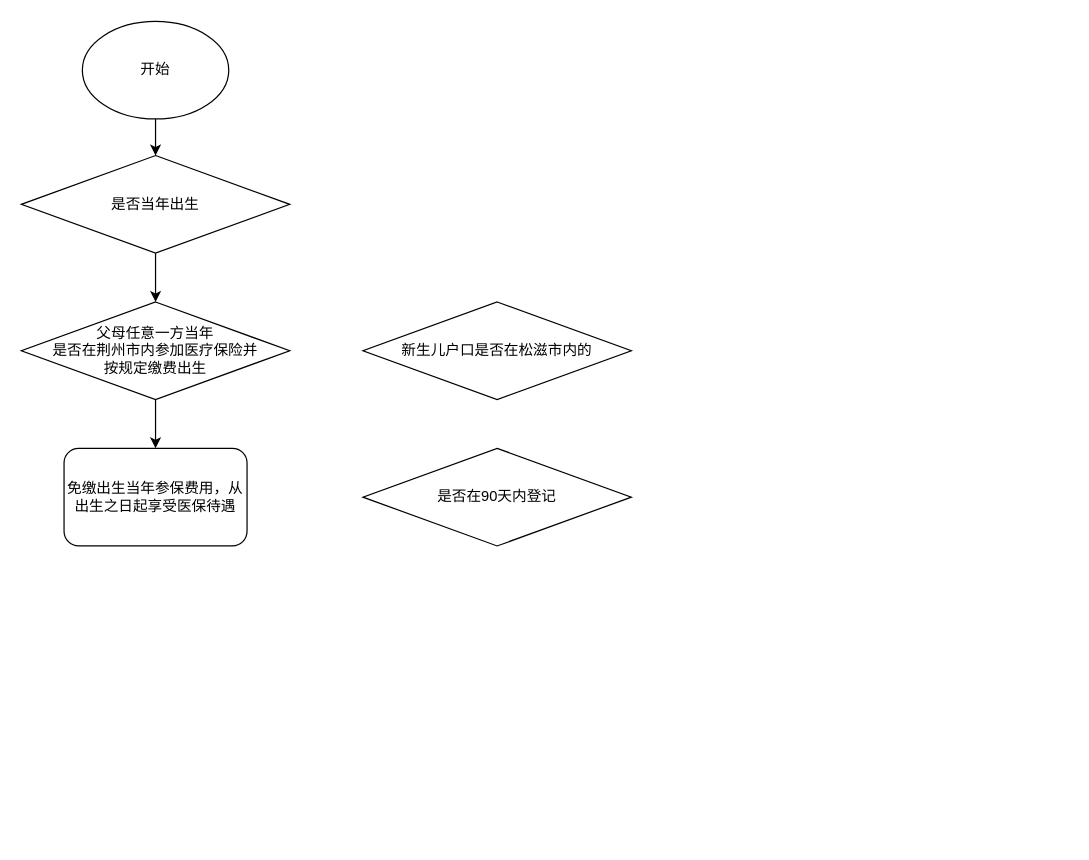
zouwei-0218/drawio keeps this draw.io diagram as 新生儿参保及待遇享受.drawio. Above is the earlier version. Source tidied: cells renumbered, new cells numbered last; positions are measured from the earlier drawing's top-left corner, leaving out a move shared by most shapes. Both pictures are drawn from the tidied source at 122%, with x=0, y=0 at pixel (21, 21).
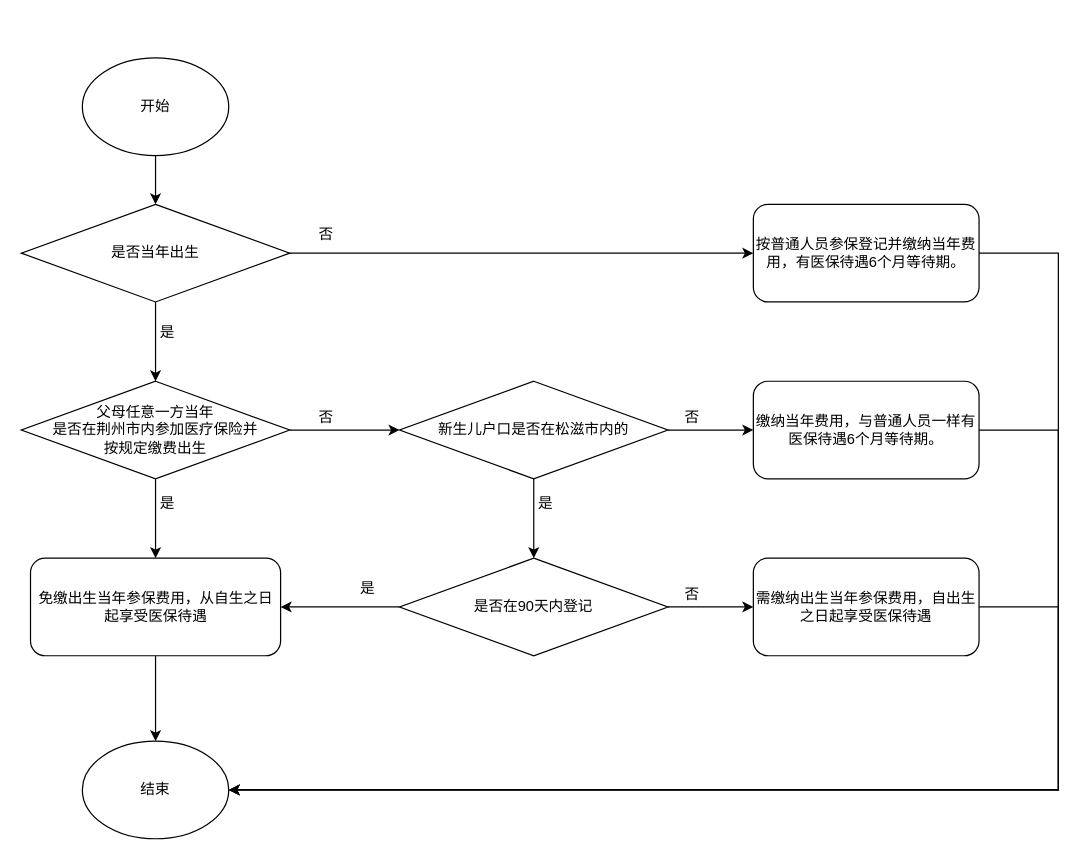
Above is the later version.

Commit message (it also covers changes not shown here):
更新新生儿参保及待遇享受.drawio

What changed in the source:
```diff
@@
     <mxCell id="3" value="开始" style="ellipse;whiteSpace=wrap;html=1;" parent="1" vertex="1">
-      <mxGeometry x="50" width="120" height="80" as="geometry" />
+      <mxGeometry x="50" y="30" width="120" height="80" as="geometry" />
     </mxCell>
@@
+    <mxCell id="11" style="edgeStyle=orthogonalEdgeStyle;rounded=0;jettySize=auto;html=1;exitX=1;exitY=0.5;exitDx=0;exitDy=0;entryX=0;entryY=0.5;entryDx=0;entryDy=0;" parent="1" edge="1" source="5" target="22">
+      <mxGeometry relative="1" as="geometry" />
+    </mxCell>
     <mxCell id="5" value="是否当年出生" style="rhombus;whiteSpace=wrap;html=1;" parent="1" vertex="1">
-      <mxGeometry y="110" width="220" height="80" as="geometry" />
+      <mxGeometry y="150" width="220" height="80" as="geometry" />
     </mxCell>
-    <mxCell id="6" style="edgeStyle=orthogonalEdgeStyle;rounded=0;jettySize=auto;html=1;exitX=0.5;exitY=1;exitDx=0;exitDy=0;entryX=0.5;entryY=0;entryDx=0;entryDy=0;" parent="1" edge="1" source="7" target="9">
+    <mxCell id="6" style="edgeStyle=orthogonalEdgeStyle;rounded=0;jettySize=auto;html=1;exitX=0.5;exitY=1;exitDx=0;exitDy=0;entryX=0.5;entryY=0;entryDx=0;entryDy=0;" parent="1" edge="1" source="7" target="20">
       <mxGeometry relative="1" as="geometry" />
     </mxCell>
+    <mxCell id="12" style="edgeStyle=orthogonalEdgeStyle;rounded=0;jettySize=auto;html=1;exitX=1;exitY=0.5;exitDx=0;exitDy=0;entryX=0;entryY=0.5;entryDx=0;entryDy=0;" parent="1" edge="1" source="7" target="8">
+      <mxGeometry relative="1" as="geometry" />
+    </mxCell>
     <mxCell id="7" value="&lt;div&gt;父母任意一方当年&lt;/div&gt;&lt;div&gt;是否在荆州市内参加医疗保险并&lt;/div&gt;&lt;div&gt;按规定缴费出生&lt;/div&gt;" style="rhombus;whiteSpace=wrap;html=1;" parent="1" vertex="1">
-      <mxGeometry y="230" width="220" height="80" as="geometry" />
+      <mxGeometry y="295" width="220" height="80" as="geometry" />
     </mxCell>
+    <mxCell id="13" style="edgeStyle=orthogonalEdgeStyle;rounded=0;jettySize=auto;html=1;exitX=0.5;exitY=1;exitDx=0;exitDy=0;entryX=0.5;entryY=0;entryDx=0;entryDy=0;" parent="1" edge="1" source="8" target="10">
+      <mxGeometry relative="1" as="geometry" />
+    </mxCell>
+    <mxCell id="14" style="edgeStyle=orthogonalEdgeStyle;rounded=0;jettySize=auto;html=1;exitX=1;exitY=0.5;exitDx=0;exitDy=0;entryX=0;entryY=0.5;entryDx=0;entryDy=0;" parent="1" edge="1" source="8" target="24">
+      <mxGeometry relative="1" as="geometry" />
+    </mxCell>
     <mxCell id="8" value="新生儿户口是否在松滋市内的" style="rhombus;whiteSpace=wrap;html=1;" parent="1" vertex="1">
-      <mxGeometry x="280" y="230" width="220" height="80" as="geometry" />
+      <mxGeometry x="310" y="295" width="220" height="80" as="geometry" />
     </mxCell>
-    <mxCell id="9" value="免缴出生当年参保费用，从出生之日起享受医保待遇" style="rounded=1;whiteSpace=wrap;html=1;" parent="1" vertex="1">
-      <mxGeometry x="35" y="350" width="150" height="80" as="geometry" />
-    </mxCell>
+    <mxCell id="15" style="edgeStyle=orthogonalEdgeStyle;rounded=0;jettySize=auto;html=1;exitX=0;exitY=0.5;exitDx=0;exitDy=0;entryX=1;entryY=0.5;entryDx=0;entryDy=0;" parent="1" edge="1" source="10" target="20">
+      <mxGeometry relative="1" as="geometry" />
+    </mxCell>
+    <mxCell id="16" style="edgeStyle=orthogonalEdgeStyle;rounded=0;jettySize=auto;html=1;exitX=1;exitY=0.5;exitDx=0;exitDy=0;entryX=0;entryY=0.5;entryDx=0;entryDy=0;" parent="1" edge="1" source="10" target="18">
+      <mxGeometry relative="1" as="geometry" />
+    </mxCell>
     <mxCell id="10" value="是否在90天内登记" style="rhombus;whiteSpace=wrap;html=1;" parent="1" vertex="1">
-      <mxGeometry x="280" y="350" width="220" height="80" as="geometry" />
+      <mxGeometry x="310" y="440" width="220" height="80" as="geometry" />
     </mxCell>
+    <mxCell id="17" style="edgeStyle=orthogonalEdgeStyle;rounded=0;jettySize=auto;html=1;exitX=1;exitY=0.5;exitDx=0;exitDy=0;entryX=1;entryY=0.5;entryDx=0;entryDy=0;" parent="1" edge="1" source="18" target="25">
+      <mxGeometry relative="1" as="geometry">
+        <Array as="points">
+          <mxPoint x="850" y="480" />
+          <mxPoint x="850" y="630" />
+        </Array>
+      </mxGeometry>
+    </mxCell>
+    <mxCell id="18" value="需缴纳出生当年参保费用，自出生之日起享受医保待遇" style="rounded=1;whiteSpace=wrap;html=1;" parent="1" vertex="1">
+      <mxGeometry x="600" y="440" width="185" height="80" as="geometry" />
+    </mxCell>
+    <mxCell id="19" style="edgeStyle=orthogonalEdgeStyle;rounded=0;jettySize=auto;html=1;exitX=0.5;exitY=1;exitDx=0;exitDy=0;" parent="1" edge="1" source="20" target="25">
+      <mxGeometry relative="1" as="geometry" />
+    </mxCell>
+    <mxCell id="20" value="免缴出生当年参保费用，从自生之日起享受医保待遇" style="rounded=1;whiteSpace=wrap;html=1;" parent="1" vertex="1">
+      <mxGeometry x="7.5" y="440" width="205" height="80" as="geometry" />
+    </mxCell>
+    <mxCell id="21" style="edgeStyle=orthogonalEdgeStyle;rounded=0;jettySize=auto;html=1;exitX=1;exitY=0.5;exitDx=0;exitDy=0;entryX=1;entryY=0.5;entryDx=0;entryDy=0;" parent="1" edge="1" source="22" target="25">
+      <mxGeometry relative="1" as="geometry">
+        <Array as="points">
+          <mxPoint x="850" y="190" />
+          <mxPoint x="850" y="630" />
+        </Array>
+      </mxGeometry>
+    </mxCell>
+    <mxCell id="22" value="按普通人员参保登记并缴纳当年费用，有医保待遇6个月等待期。" style="rounded=1;whiteSpace=wrap;html=1;" parent="1" vertex="1">
+      <mxGeometry x="600" y="150" width="185" height="80" as="geometry" />
+    </mxCell>
+    <mxCell id="23" style="edgeStyle=orthogonalEdgeStyle;rounded=0;jettySize=auto;html=1;exitX=1;exitY=0.5;exitDx=0;exitDy=0;entryX=1;entryY=0.5;entryDx=0;entryDy=0;" parent="1" edge="1" source="24" target="25">
+      <mxGeometry relative="1" as="geometry">
+        <Array as="points">
+          <mxPoint x="850" y="335" />
+          <mxPoint x="850" y="630" />
+        </Array>
+      </mxGeometry>
+    </mxCell>
+    <mxCell id="24" value="缴纳当年费用，与普通人员一样有医保待遇6个月等待期。" style="rounded=1;whiteSpace=wrap;html=1;" parent="1" vertex="1">
+      <mxGeometry x="600" y="295" width="185" height="80" as="geometry" />
+    </mxCell>
+    <mxCell id="25" value="结束" style="ellipse;whiteSpace=wrap;html=1;" parent="1" vertex="1">
+      <mxGeometry x="50" y="590" width="120" height="80" as="geometry" />
+    </mxCell>
+    <mxCell id="26" value="否" style="text;html=1;strokeColor=none;fillColor=none;align=center;verticalAlign=middle;whiteSpace=wrap;rounded=0;" parent="1" vertex="1">
+      <mxGeometry x="520" y="455" width="60" height="30" as="geometry" />
+    </mxCell>
+    <mxCell id="27" value="否" style="text;html=1;strokeColor=none;fillColor=none;align=center;verticalAlign=middle;whiteSpace=wrap;rounded=0;" parent="1" vertex="1">
+      <mxGeometry x="220" y="160" width="60" height="30" as="geometry" />
+    </mxCell>
+    <mxCell id="28" value="否" style="text;html=1;strokeColor=none;fillColor=none;align=center;verticalAlign=middle;whiteSpace=wrap;rounded=0;" parent="1" vertex="1">
+      <mxGeometry x="220" y="310" width="60" height="30" as="geometry" />
+    </mxCell>
+    <mxCell id="29" value="否" style="text;html=1;strokeColor=none;fillColor=none;align=center;verticalAlign=middle;whiteSpace=wrap;rounded=0;" parent="1" vertex="1">
+      <mxGeometry x="520" y="310" width="60" height="30" as="geometry" />
+    </mxCell>
+    <mxCell id="30" value="是" style="text;html=1;strokeColor=none;fillColor=none;align=center;verticalAlign=middle;whiteSpace=wrap;rounded=0;" parent="1" vertex="1">
+      <mxGeometry x="90" y="380" width="60" height="30" as="geometry" />
+    </mxCell>
+    <mxCell id="31" value="是" style="text;html=1;strokeColor=none;fillColor=none;align=center;verticalAlign=middle;whiteSpace=wrap;rounded=0;" parent="1" vertex="1">
+      <mxGeometry x="254" y="450" width="60" height="30" as="geometry" />
+    </mxCell>
+    <mxCell id="32" value="是" style="text;html=1;strokeColor=none;fillColor=none;align=center;verticalAlign=middle;whiteSpace=wrap;rounded=0;" parent="1" vertex="1">
+      <mxGeometry x="400" y="380" width="60" height="30" as="geometry" />
+    </mxCell>
+    <mxCell id="33" value="是" style="text;html=1;strokeColor=none;fillColor=none;align=center;verticalAlign=middle;whiteSpace=wrap;rounded=0;" parent="1" vertex="1">
+      <mxGeometry x="90" y="240" width="60" height="30" as="geometry" />
+    </mxCell>
```
